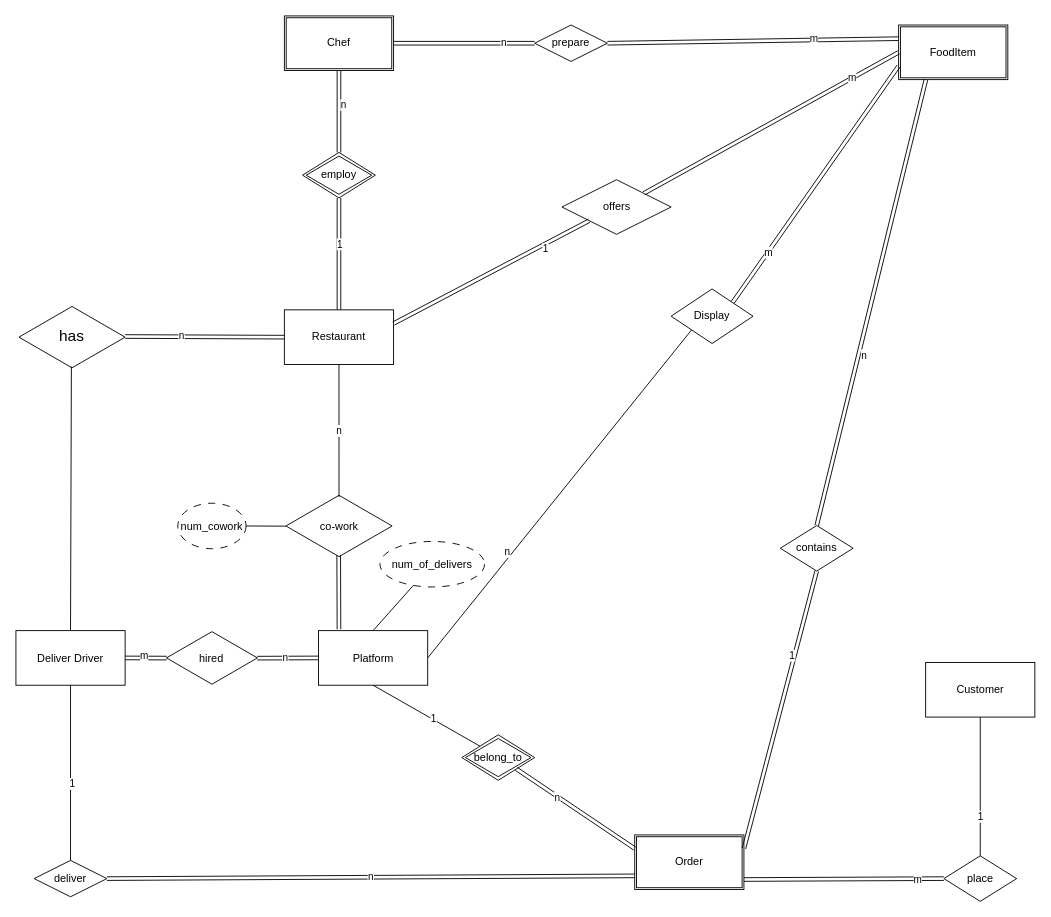
MutianLiu110/JavaEESampleProject keeps this draw.io diagram as img/assignment1-ver2.drawio. Above is the earlier version. Source tidied: cells renumbered, new cells numbered last; positions are measured from the earlier drawing's top-left corner, leaving out a move shared by most shapes. Both pictures are drawn from the tidied source at 91%, with x=0, y=0 at pixel (15, 15).
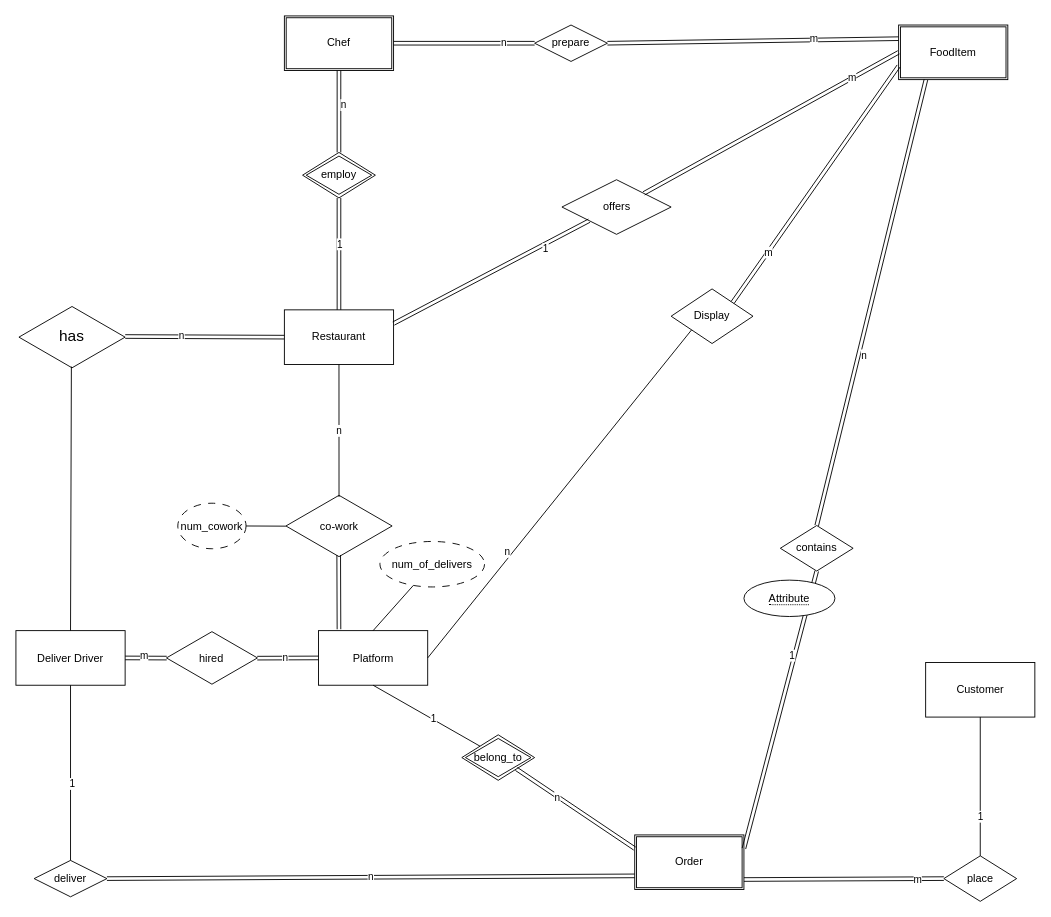
The same page after the edit.

Diff of the diagram source:
```diff
@@
+    <mxCell id="65" value="&lt;span style=&quot;border-bottom: 1px dotted&quot;&gt;Attribute&lt;/span&gt;" style="ellipse;whiteSpace=wrap;html=1;align=center;" parent="1" vertex="1">
+      <mxGeometry x="800" y="620" width="100" height="40" as="geometry" />
+    </mxCell>
```
